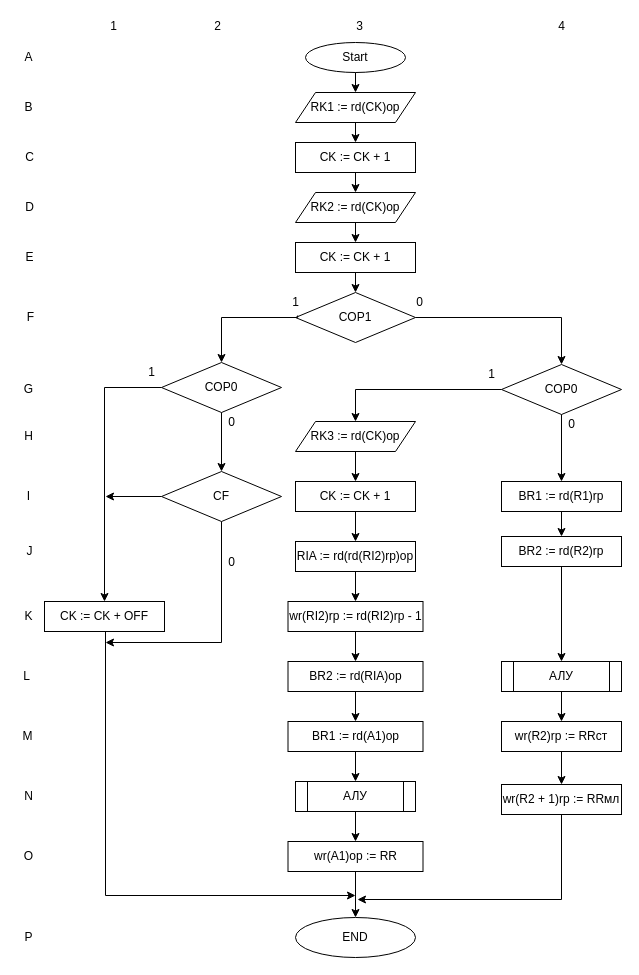
The draw.io diagram BUK_Block_Scheme.drawio in TimurQQ/Workshop, before the edit. Source tidied: cells renumbered, new cells numbered last; positions are measured from the earlier drawing's top-left corner, leaving out a move shared by most shapes. Both pictures are drawn from the tidied source at 100%, with x=0, y=0 at pixel (17, 17).
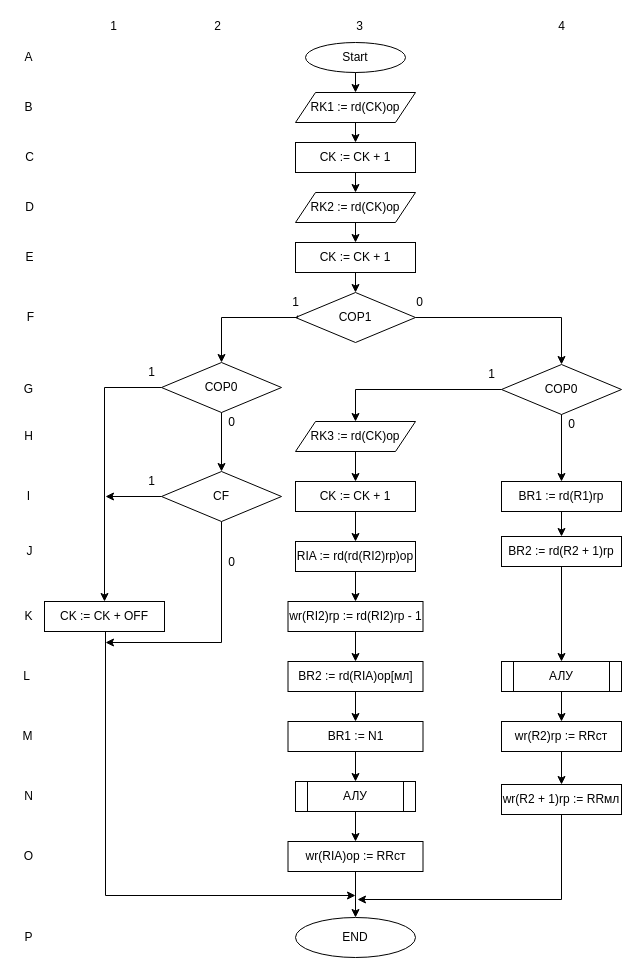
The same page after the edit.

What changed in the source:
```diff
@@
-    <mxCell id="30" value="BR2 := rd(R2)rp" style="rounded=0;whiteSpace=wrap;html=1;" parent="1" vertex="1">
+    <mxCell id="30" value="BR2 := rd(R2 + 1)rp" style="rounded=0;whiteSpace=wrap;html=1;" parent="1" vertex="1">
       <mxGeometry x="484" y="519" width="120" height="30" as="geometry" />
     </mxCell>
@@
-    <mxCell id="46" value="BR2 := rd(RIA)op" style="rounded=0;whiteSpace=wrap;html=1;" parent="1" vertex="1">
+    <mxCell id="46" value="BR2 := rd(RIA)op[мл]" style="rounded=0;whiteSpace=wrap;html=1;" parent="1" vertex="1">
       <mxGeometry x="270.5" y="644" width="135" height="30" as="geometry" />
     </mxCell>
@@
-    <mxCell id="48" value="BR1 := rd(A1)op" style="rounded=0;whiteSpace=wrap;html=1;" parent="1" vertex="1">
+    <mxCell id="48" value="BR1 := N1" style="rounded=0;whiteSpace=wrap;html=1;" parent="1" vertex="1">
       <mxGeometry x="270.5" y="704" width="135" height="30" as="geometry" />
     </mxCell>
@@
-    <mxCell id="52" value="wr(A1)op := RR" style="rounded=0;whiteSpace=wrap;html=1;" parent="1" vertex="1">
+    <mxCell id="52" value="wr(RIA)op := RRст" style="rounded=0;whiteSpace=wrap;html=1;" parent="1" vertex="1">
       <mxGeometry x="270.5" y="824" width="135" height="30" as="geometry" />
     </mxCell>
@@
+    <mxCell id="80" value="1" style="text;html=1;align=center;verticalAlign=middle;strokeColor=none;fillColor=none;" parent="1" vertex="1">
+      <mxGeometry x="124" y="454" width="20" height="20" as="geometry" />
+    </mxCell>
```
